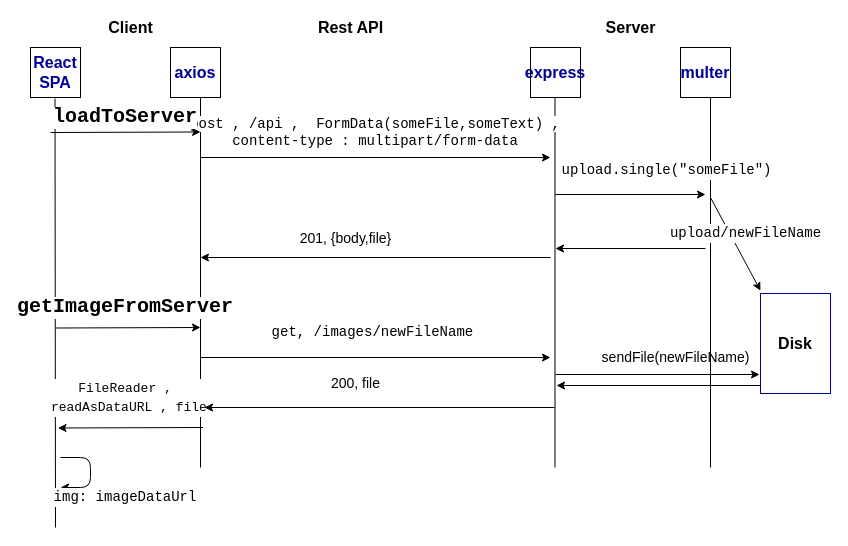
This is Sequence Diagram.drawio from NathanKr/react-express-load-image, a draw.io file, before an edit. Source tidied: cells renumbered, new cells numbered last; positions are measured from the earlier drawing's top-left corner, leaving out a move shared by most shapes. Both pictures are drawn from the tidied source at 100%, with x=0, y=0 at pixel (30, 17).
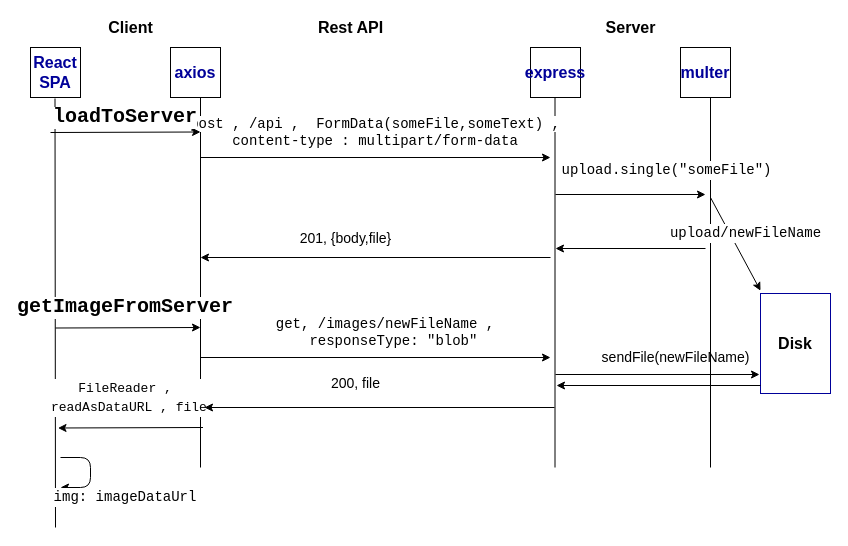
The same diagram, later.

Commit message:
add blob to sequence diagram

Change to the diagram source:
```diff
@@
-    <mxCell id="27" value="&lt;span style=&quot;font-family: &amp;#34;consolas&amp;#34; , &amp;#34;courier new&amp;#34; , monospace ; font-size: 14px ; white-space: pre ; background-color: rgb(255 , 255 , 255)&quot;&gt;get, &lt;/span&gt;&lt;span style=&quot;background-color: rgb(255 , 255 , 255) ; font-family: &amp;#34;consolas&amp;#34; , &amp;#34;courier new&amp;#34; , monospace ; font-size: 14px ; white-space: pre&quot;&gt;/images/newFileName   &lt;/span&gt;" style="text;html=1;strokeColor=none;fillColor=none;align=center;verticalAlign=middle;whiteSpace=wrap;rounded=0;" parent="1" vertex="1">
+    <mxCell id="27" value="&lt;span style=&quot;font-family: &amp;#34;consolas&amp;#34; , &amp;#34;courier new&amp;#34; , monospace ; font-size: 14px ; white-space: pre ; background-color: rgb(255 , 255 , 255)&quot;&gt;get, &lt;/span&gt;&lt;span style=&quot;background-color: rgb(255 , 255 , 255) ; font-family: &amp;#34;consolas&amp;#34; , &amp;#34;courier new&amp;#34; , monospace ; font-size: 14px ; white-space: pre&quot;&gt;/images/newFileName ,&lt;br/&gt; &lt;/span&gt;&lt;span style=&quot;background-color: rgb(255 , 255 , 255) ; font-family: &amp;#34;consolas&amp;#34; , &amp;#34;courier new&amp;#34; , monospace ; font-size: 14px ; white-space: pre&quot;&gt;&amp;nbsp;responseType:&amp;nbsp;&lt;/span&gt;&lt;span style=&quot;font-family: &amp;#34;consolas&amp;#34; , &amp;#34;courier new&amp;#34; , monospace ; font-size: 14px ; white-space: pre&quot;&gt;&quot;blob&quot;&lt;/span&gt;" style="text;html=1;strokeColor=none;fillColor=none;align=center;verticalAlign=middle;whiteSpace=wrap;rounded=0;" parent="1" vertex="1">
       <mxGeometry x="290" y="300" width="130" height="30" as="geometry" />
     </mxCell>
```
